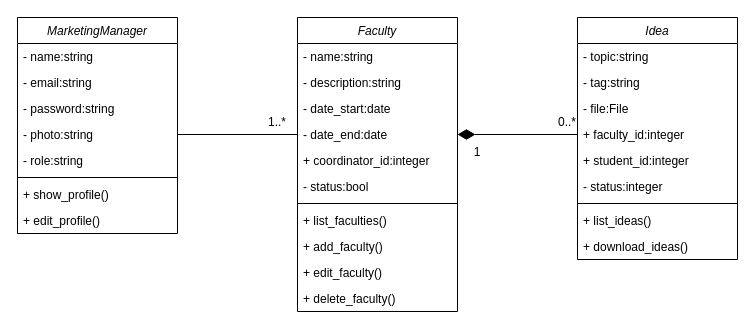
Above: page "Marketing Manager" (3 of 5) of Database System Design diagram/Class Diagram.drawio in HungBuii/creative_ideas_project_1 (draw.io), before the change. Source tidied: cells renumbered, new cells numbered last; positions are measured from the earlier drawing's top-left corner, leaving out a move shared by most shapes. Both pictures are drawn from the tidied source at 100%, with x=0, y=0 at pixel (17, 17).
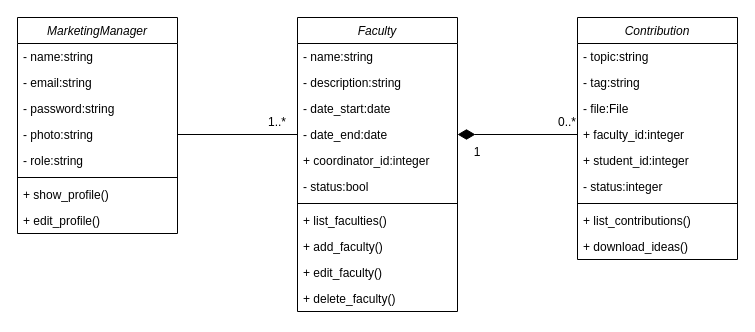
The same page after the edit.

What changed in the source:
```diff
@@
-    <mxCell id="25" value="Idea" style="swimlane;fontStyle=2;align=center;verticalAlign=top;horizontal=1;startSize=26;rounded=0;shadow=0;strokeWidth=1;" parent="1" vertex="1">
+    <mxCell id="25" value="Contribution" style="swimlane;fontStyle=2;align=center;verticalAlign=top;horizontal=1;startSize=26;rounded=0;shadow=0;strokeWidth=1;" parent="1" vertex="1">
       <mxGeometry x="560" width="160" height="242" as="geometry" />
     </mxCell>
@@
-    <mxCell id="33" value="+ list_ideas()" style="text;align=left;verticalAlign=top;spacingLeft=4;spacingRight=4;overflow=hidden;" parent="25" vertex="1">
+    <mxCell id="33" value="+ list_contributions()" style="text;align=left;verticalAlign=top;spacingLeft=4;spacingRight=4;overflow=hidden;" parent="25" vertex="1">
       <mxGeometry y="190" width="160" height="26" as="geometry" />
     </mxCell>
```
